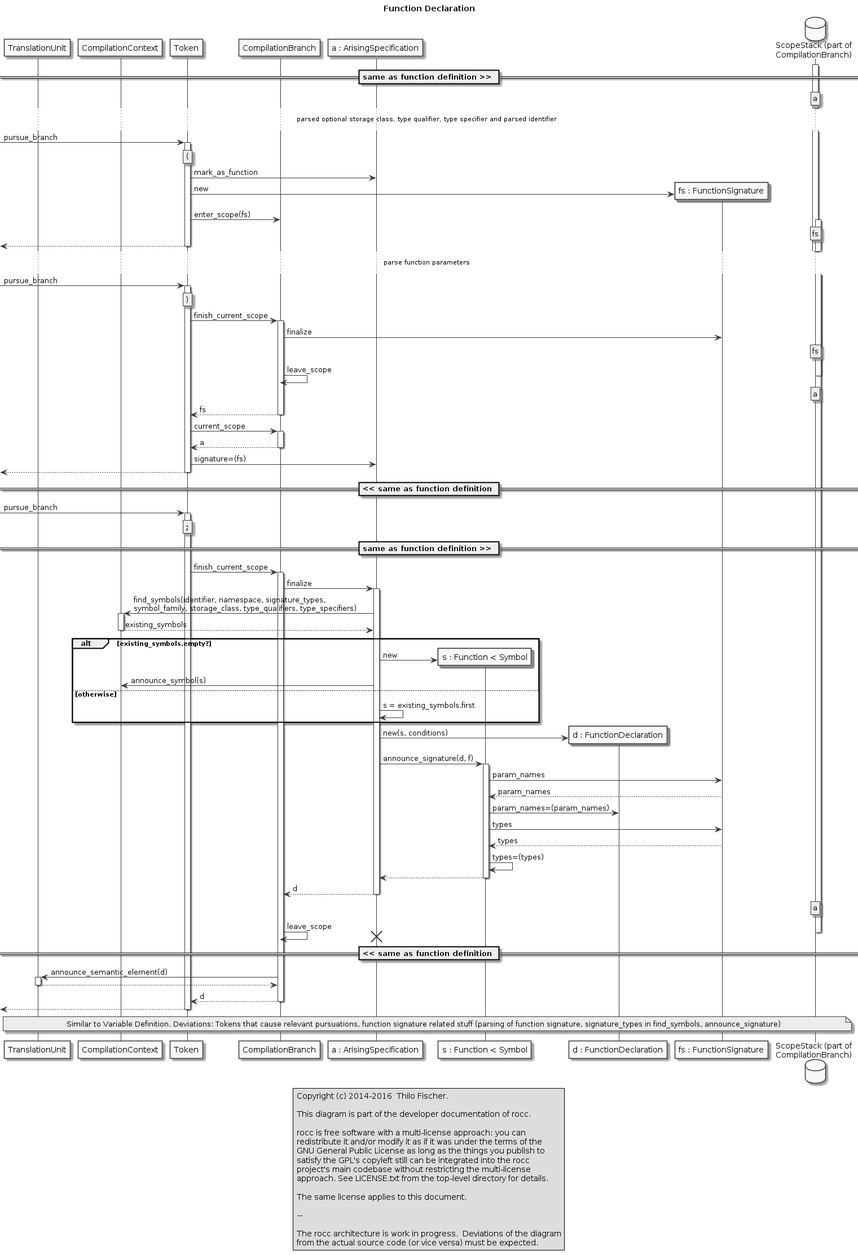
thilo-fischer/rocc keeps this PlantUML diagram as design/snippets/symbol-instantiation_function-declaration.png. Above is the earlier version. Its diagram source:
```plantuml
@startuml

legend center
  Copyright (c) 2014-2016  Thilo Fischer.

  This diagram is part of the developer documentation of rocc.

  rocc is free software with a multi-license approach: you can
  redistribute it and/or modify it as if it was under the terms of the
  GNU General Public License as long as the things you publish to
  satisfy the GPL's copyleft still can be integrated into the rocc
  project's main codebase without restricting the multi-license
  approach. See LICENSE.txt from the top-level directory for details.

  The same license applies to this document.

  --

  The rocc architecture is work in progress.  Deviations of the diagram
  from the actual source code (or vice versa) must be expected.
endlegend

skinparam monochrome true

title Function Declaration

participant TranslationUnit
participant CompilationContext
participant Token
participant CompilationBranch
participant "a : ArisingSpecification" as ArisingSpecification
participant "s : Function < Symbol" as Symbol
participant "d : FunctionDeclaration" as Declaration
participant "fs : FunctionSignature" as FunctionSignature
database "ScopeStack (part of\nCompilationBranch)" as ScopeStack

== same as function definition >> ==

activate ScopeStack
rnote over ScopeStack : a

... parsed optional storage class, type qualifier, type specifier and parsed identifier ...

[-> Token : pursue_branch
rnote over Token : ""(""
activate Token



Token -> ArisingSpecification : mark_as_function

create FunctionSignature
Token -> FunctionSignature : new
Token -> CompilationBranch : enter_scope(fs)
activate ScopeStack
rnote over ScopeStack : fs

[<-- Token
deactivate Token

... parse function parameters ...

[-> Token : pursue_branch
rnote over Token : "")""
activate Token

Token -> CompilationBranch : finish_current_scope
activate CompilationBranch
CompilationBranch -> FunctionSignature : finalize

rnote over ScopeStack : fs
CompilationBranch -> CompilationBranch : leave_scope
deactivate ScopeStack
rnote over ScopeStack : a

Token <-- CompilationBranch : fs
deactivate CompilationBranch

Token -> CompilationBranch : current_scope
activate CompilationBranch
Token <-- CompilationBranch : a
deactivate CompilationBranch

Token -> ArisingSpecification : signature=(fs)

[<-- Token
deactivate Token

== << same as function definition ==

[-> Token : pursue_branch

rnote over Token : "";""

activate Token

== same as function definition >> ==

Token -> CompilationBranch : finish_current_scope
activate CompilationBranch

CompilationBranch -> ArisingSpecification : finalize
activate ArisingSpecification

ArisingSpecification -> CompilationContext : find_symbols(identifier, namespace, signature_types,\nsymbol_family, storage_class, type_qualifiers, type_specifiers)
activate CompilationContext
ArisingSpecification <-- CompilationContext : existing_symbols
deactivate CompilationContext

alt existing_symbols.empty?

  create Symbol
  ArisingSpecification -> Symbol : new

  ArisingSpecification -> CompilationContext : announce_symbol(s)

else otherwise

  ArisingSpecification -> ArisingSpecification : s = existing_symbols.first

end ' alt existing_symbols.empty?

create Declaration
ArisingSpecification -> Declaration : new(s, conditions)

ArisingSpecification -> Symbol : announce_signature(d, f)
activate Symbol
Symbol -> FunctionSignature : param_names
Symbol <-- FunctionSignature : param_names
Symbol -> Declaration : param_names=(param_names)
Symbol -> FunctionSignature : types
Symbol <-- FunctionSignature : types
Symbol -> Symbol : types=(types)
ArisingSpecification <-- Symbol
deactivate Symbol

CompilationBranch <-- ArisingSpecification : d
deactivate ArisingSpecification

rnote over ScopeStack : a
CompilationBranch -> CompilationBranch : leave_scope
deactivate ScopeStack
destroy ArisingSpecification

== << same as function definition ==

CompilationBranch -> TranslationUnit : announce_semantic_element(d)
activate TranslationUnit
CompilationBranch <-- TranslationUnit
deactivate TranslationUnit

Token <-- CompilationBranch : d
deactivate CompilationBranch

[<-- Token
deactivate Token

note over TranslationUnit, ScopeStack
  Similar to Variable Definition. Deviations: Tokens that cause relevant pursuations, function signature related stuff (parsing of function signature, signature_types in find_symbols, announce_signature)
end note

@enduml
```
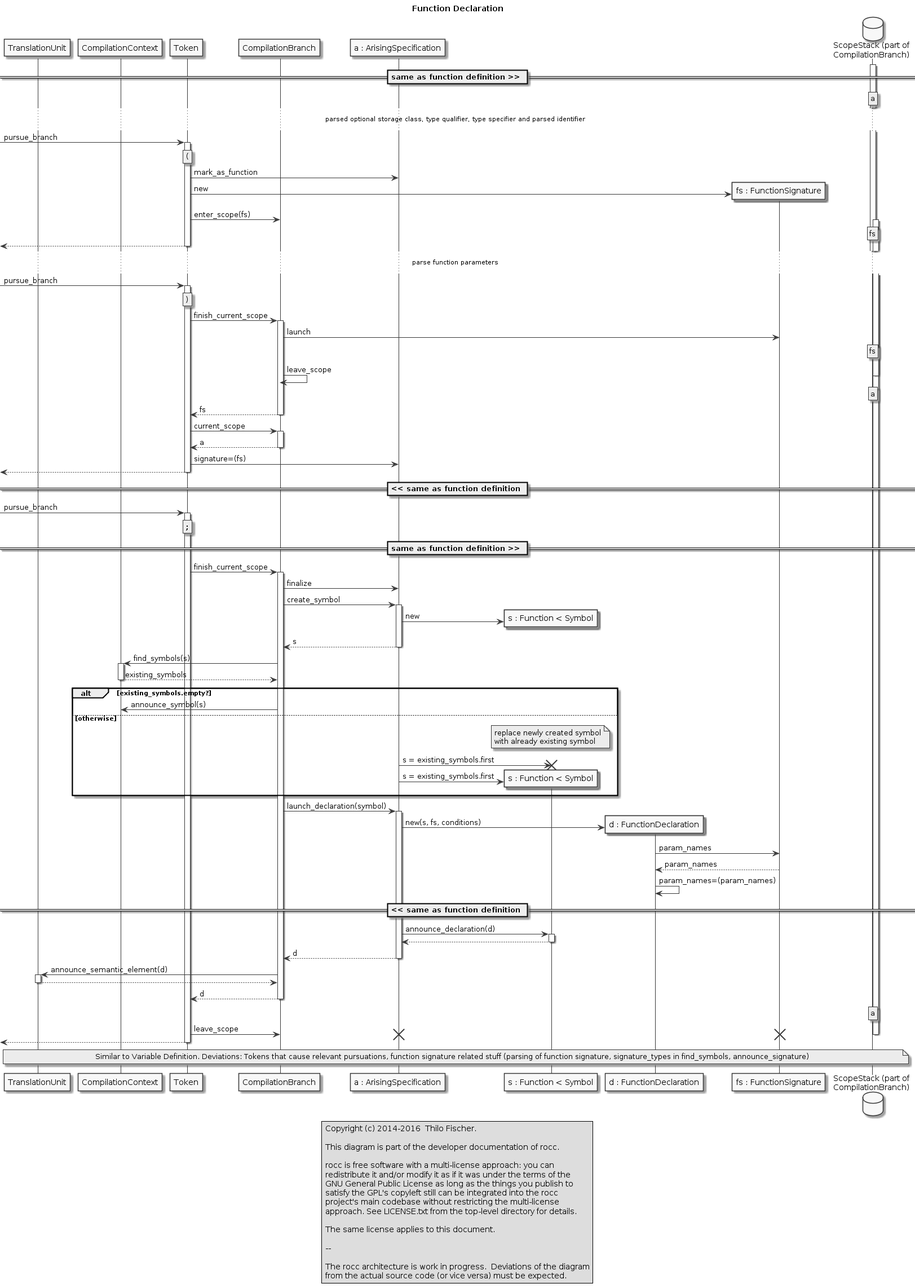
The same file after the commit.

Commit message:
... reworking specifications and symbol instanciation (...  design documents.) ...

Diff of the diagram source:
```diff
@@ -66,7 +66,7 @@
 
 Token -> CompilationBranch : finish_current_scope
 activate CompilationBranch
-CompilationBranch -> FunctionSignature : finalize
+CompilationBranch -> FunctionSignature : launch
 
 rnote over ScopeStack : fs
 CompilationBranch -> CompilationBranch : leave_scope
@@ -100,49 +100,52 @@
 activate CompilationBranch
 
 CompilationBranch -> ArisingSpecification : finalize
+
+CompilationBranch -> ArisingSpecification : create_symbol
 activate ArisingSpecification
+create Symbol
+ArisingSpecification -> Symbol : new
+CompilationBranch <-- ArisingSpecification : s
+deactivate ArisingSpecification
 
-ArisingSpecification -> CompilationContext : find_symbols(identifier, namespace, signature_types,\nsymbol_family, storage_class, type_qualifiers, type_specifiers)
+CompilationBranch -> CompilationContext : find_symbols(s)
 activate CompilationContext
-ArisingSpecification <-- CompilationContext : existing_symbols
+CompilationBranch <-- CompilationContext : existing_symbols
 deactivate CompilationContext
 
 alt existing_symbols.empty?
 
-  create Symbol
-  ArisingSpecification -> Symbol : new
-
-  ArisingSpecification -> CompilationContext : announce_symbol(s)
+  CompilationBranch -> CompilationContext : announce_symbol(s)
 
 else otherwise
 
-  ArisingSpecification -> ArisingSpecification : s = existing_symbols.first
+  note over Symbol : replace newly created symbol\nwith already existing symbol
+  ArisingSpecification -> Symbol : s = existing_symbols.first
+  destroy Symbol
+  create Symbol
+  ArisingSpecification -> Symbol : s = existing_symbols.first
 
 end ' alt existing_symbols.empty?
 
+CompilationBranch -> ArisingSpecification : launch_declaration(symbol)
+activate ArisingSpecification
+
 create Declaration
-ArisingSpecification -> Declaration : new(s, conditions)
+ArisingSpecification -> Declaration : new(s, fs, conditions)
 
-ArisingSpecification -> Symbol : announce_signature(d, f)
+Declaration -> FunctionSignature : param_names
+Declaration <-- FunctionSignature : param_names
+Declaration -> Declaration : param_names=(param_names)
+
+== << same as function definition ==
+
+ArisingSpecification -> Symbol : announce_declaration(d)
 activate Symbol
-Symbol -> FunctionSignature : param_names
-Symbol <-- FunctionSignature : param_names
-Symbol -> Declaration : param_names=(param_names)
-Symbol -> FunctionSignature : types
-Symbol <-- FunctionSignature : types
-Symbol -> Symbol : types=(types)
 ArisingSpecification <-- Symbol
 deactivate Symbol
 
 CompilationBranch <-- ArisingSpecification : d
 deactivate ArisingSpecification
-
-rnote over ScopeStack : a
-CompilationBranch -> CompilationBranch : leave_scope
-deactivate ScopeStack
-destroy ArisingSpecification
-
-== << same as function definition ==
 
 CompilationBranch -> TranslationUnit : announce_semantic_element(d)
 activate TranslationUnit
@@ -152,6 +155,12 @@
 Token <-- CompilationBranch : d
 deactivate CompilationBranch
 
+rnote over ScopeStack : a
+Token -> CompilationBranch : leave_scope
+deactivate ScopeStack
+destroy ArisingSpecification
+destroy FunctionSignature
+
 [<-- Token
 deactivate Token
 
```
